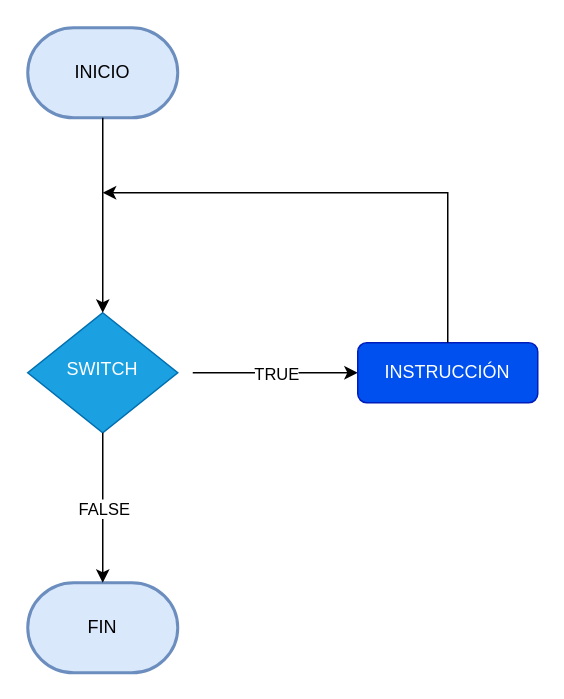
CynthiaMaldonadoR/hello-world keeps this draw.io diagram as Untitled Diagram.drawio. Above is the earlier version. Source tidied: cells renumbered, new cells numbered last; positions are measured from the earlier drawing's top-left corner, leaving out a move shared by most shapes. Both pictures are drawn from the tidied source at 150%, with x=0, y=0 at pixel (27, 27).
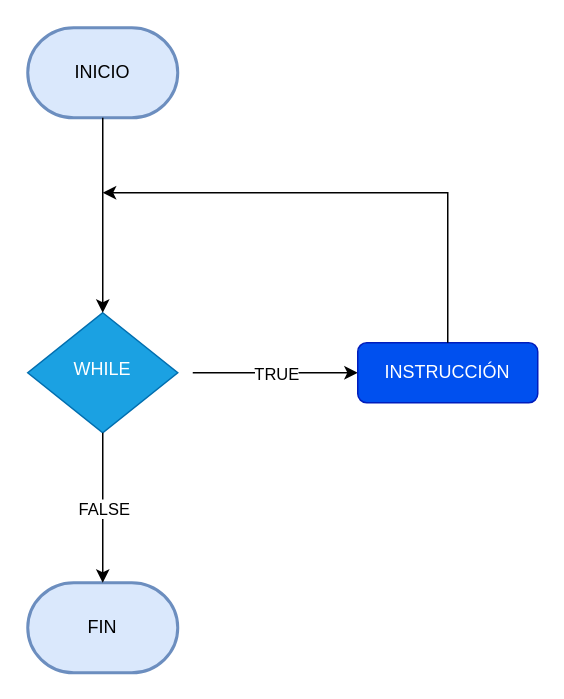
The same page after the edit.

What changed in the source:
```diff
@@
 <mxGraphModel>
   <root>
     <mxCell id="0" />
     <mxCell id="1" parent="0" />
-    <mxCell id="2" value="SWITCH" style="rhombus;whiteSpace=wrap;html=1;shadow=0;fontFamily=Helvetica;fontSize=12;align=center;strokeWidth=1;spacing=6;spacingTop=-4;fillColor=#1ba1e2;strokeColor=#006EAF;fontColor=#ffffff;" parent="1" vertex="1">
+    <mxCell id="2" value="WHILE" style="rhombus;whiteSpace=wrap;html=1;shadow=0;fontFamily=Helvetica;fontSize=12;align=center;strokeWidth=1;spacing=6;spacingTop=-4;fillColor=#1ba1e2;strokeColor=#006EAF;fontColor=#ffffff;" parent="1" vertex="1">
       <mxGeometry y="190" width="100" height="80" as="geometry" />
     </mxCell>
     <mxCell id="3" value="INICIO" style="strokeWidth=2;html=1;shape=mxgraph.flowchart.terminator;whiteSpace=wrap;fillColor=#dae8fc;strokeColor=#6c8ebf;" parent="1" vertex="1">
       <mxGeometry width="100" height="60" as="geometry" />
     </mxCell>
     <mxCell id="4" value="FIN" style="strokeWidth=2;html=1;shape=mxgraph.flowchart.terminator;whiteSpace=wrap;fillColor=#dae8fc;strokeColor=#6c8ebf;" parent="1" vertex="1">
       <mxGeometry y="370" width="100" height="60" as="geometry" />
     </mxCell>
     <mxCell id="5" style="endArrow=classic;html=1;rounded=0;edgeStyle=orthogonalEdgeStyle;entryX=0;entryY=0.5;entryDx=0;entryDy=0;" parent="1" edge="1" target="7">
       <mxGeometry relative="1" as="geometry">
         <mxPoint x="110" y="230" as="sourcePoint" />
         <Array as="points">
           <mxPoint x="190" y="230" />
         </Array>
       </mxGeometry>
     </mxCell>
     <mxCell id="6" value="TRUE" style="edgeLabel;html=1;align=center;verticalAlign=middle;" parent="5" vertex="1">
       <mxGeometry relative="1" as="geometry" />
     </mxCell>
     <mxCell id="7" value="INSTRUCCIÓN" style="rounded=1;whiteSpace=wrap;html=1;fontSize=12;glass=0;strokeWidth=1;shadow=0;fillColor=#0050ef;strokeColor=#001DBC;fontColor=#ffffff;" parent="1" vertex="1">
       <mxGeometry x="220" y="210" width="120" height="40" as="geometry" />
     </mxCell>
     <mxCell id="8" style="endArrow=classic;html=1;rounded=0;edgeStyle=orthogonalEdgeStyle;exitX=0.5;exitY=1;exitDx=0;exitDy=0;exitPerimeter=0;entryX=0.5;entryY=0;entryDx=0;entryDy=0;" parent="1" edge="1" source="3" target="2">
       <mxGeometry relative="1" as="geometry" />
     </mxCell>
     <mxCell id="9" style="endArrow=classic;html=1;rounded=0;edgeStyle=orthogonalEdgeStyle;exitX=0.5;exitY=1;exitDx=0;exitDy=0;" parent="1" edge="1" source="2">
       <mxGeometry relative="1" as="geometry">
         <mxPoint x="50" y="370" as="targetPoint" />
       </mxGeometry>
     </mxCell>
     <mxCell id="10" value="FALSE" style="edgeLabel;html=1;align=center;verticalAlign=middle;" parent="9" vertex="1">
       <mxGeometry relative="1" as="geometry" />
     </mxCell>
     <mxCell id="11" style="endArrow=classic;html=1;rounded=0;edgeStyle=orthogonalEdgeStyle;exitX=0.5;exitY=0;exitDx=0;exitDy=0;" parent="1" edge="1" source="7">
       <mxGeometry relative="1" as="geometry">
         <mxPoint x="50" y="110" as="targetPoint" />
         <Array as="points">
           <mxPoint x="280" y="110" />
         </Array>
       </mxGeometry>
     </mxCell>
   </root>
 </mxGraphModel>
```
